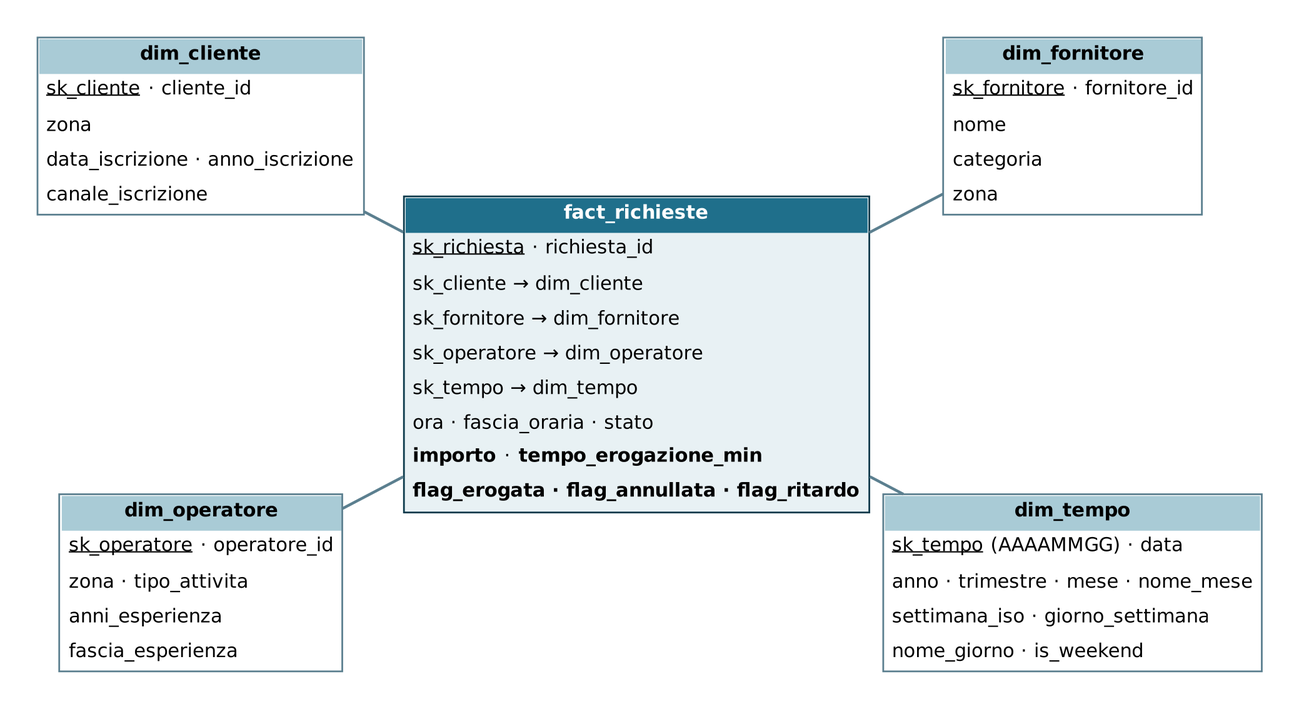
This is docs/schema_stella.png from ChiccoHD/pw21-interventa, a Graphviz export, as it was before one commit. Its source is kept beside it as docs/schema_stella.dot.
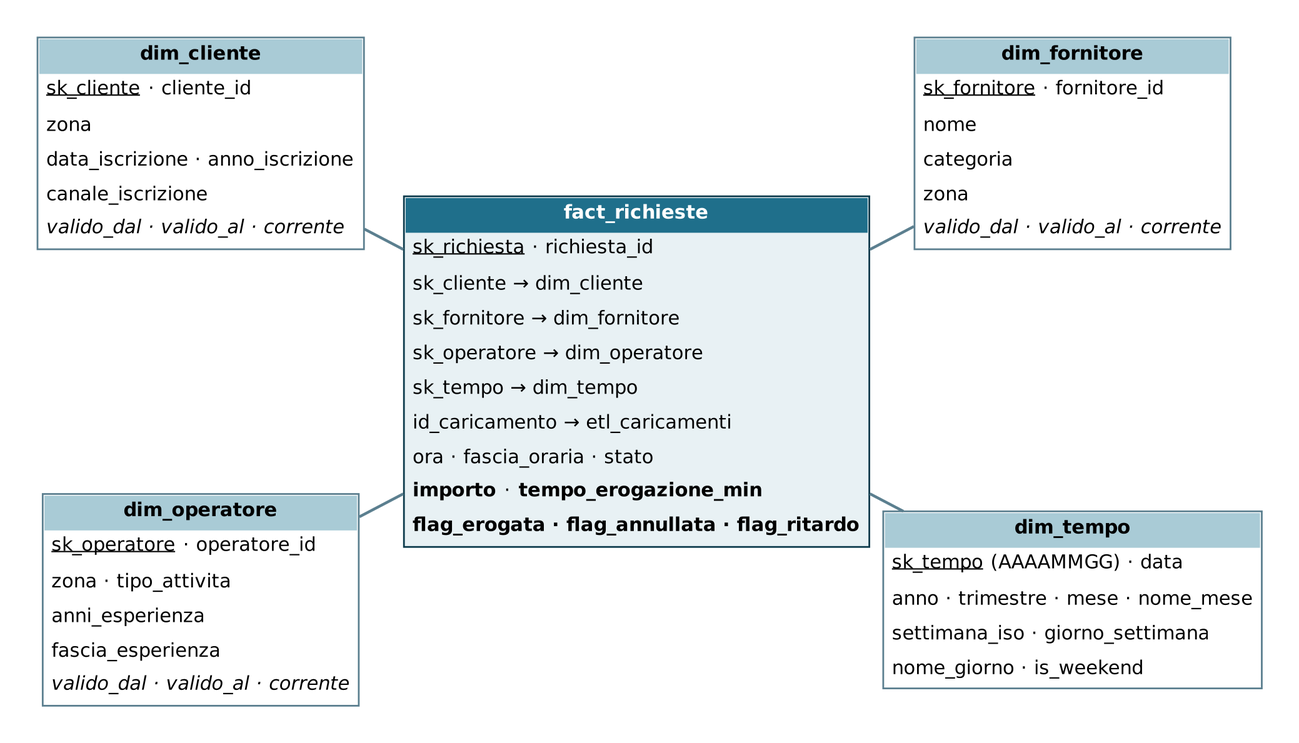
Above is the later version.

Change to the diagram source:
```diff
@@ -11,6 +11,7 @@
       <tr><td align="left">sk_fornitore → dim_fornitore</td></tr>
       <tr><td align="left">sk_operatore → dim_operatore</td></tr>
       <tr><td align="left">sk_tempo → dim_tempo</td></tr>
+      <tr><td align="left">id_caricamento → etl_caricamenti</td></tr>
       <tr><td align="left">ora · fascia_oraria · stato</td></tr>
       <tr><td align="left"><b>importo</b> · <b>tempo_erogazione_min</b></td></tr>
       <tr><td align="left"><b>flag_erogata · flag_annullata · flag_ritardo</b></td></tr>
@@ -23,6 +24,7 @@
       <tr><td align="left">zona</td></tr>
       <tr><td align="left">data_iscrizione · anno_iscrizione</td></tr>
       <tr><td align="left">canale_iscrizione</td></tr>
+      <tr><td align="left"><i>valido_dal · valido_al · corrente</i></td></tr>
     </table>>];
 
   forn [pos="4.2,2.2!", label=<
@@ -32,6 +34,7 @@
       <tr><td align="left">nome</td></tr>
       <tr><td align="left">categoria</td></tr>
       <tr><td align="left">zona</td></tr>
+      <tr><td align="left"><i>valido_dal · valido_al · corrente</i></td></tr>
     </table>>];
 
   op [pos="-4.2,-2.2!", label=<
@@ -41,6 +44,7 @@
       <tr><td align="left">zona · tipo_attivita</td></tr>
       <tr><td align="left">anni_esperienza</td></tr>
       <tr><td align="left">fascia_esperienza</td></tr>
+      <tr><td align="left"><i>valido_dal · valido_al · corrente</i></td></tr>
     </table>>];
 
   tempo [pos="4.2,-2.2!", label=<
```
